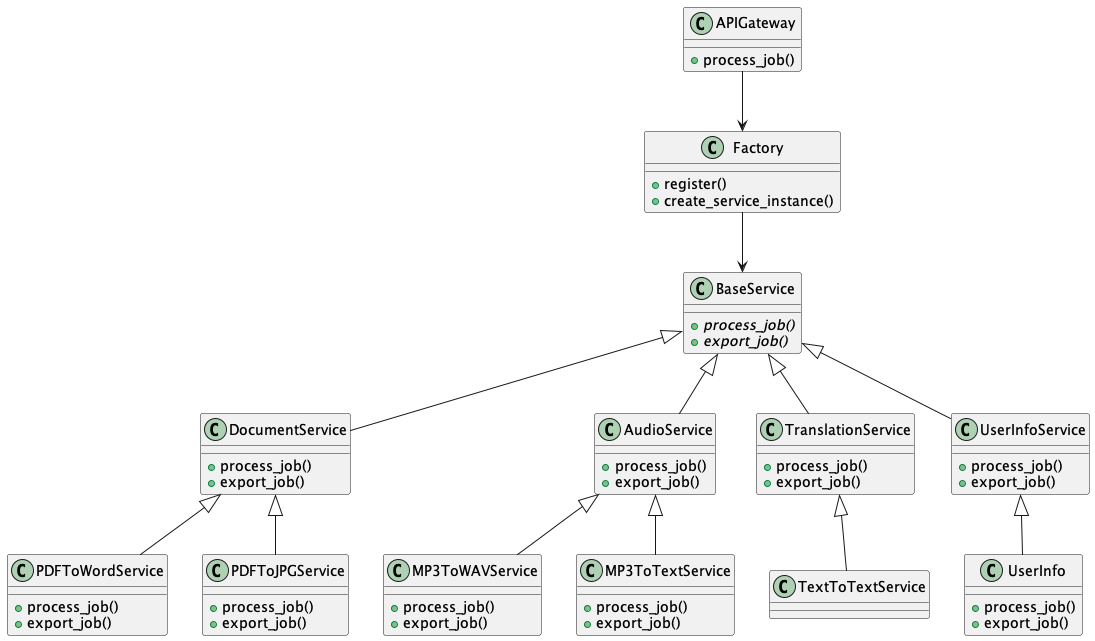
Above: docs/diagrams/renders/Class Diagram.png in andresacg30/it-services (PlantUML), before the change.
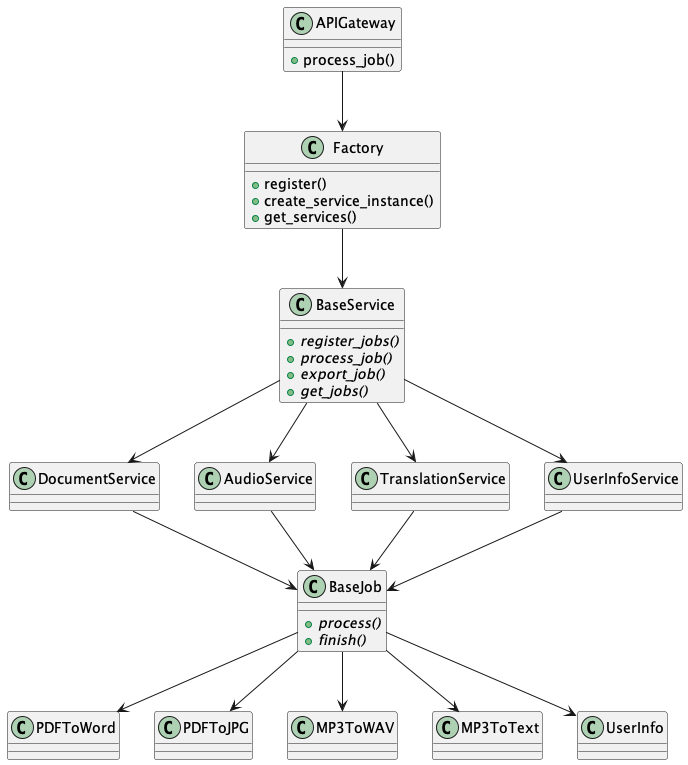
The same diagram one commit later.

Diff of the diagram source:
```diff
@@ -7,69 +7,69 @@
 class Factory {
   + register()
   + create_service_instance()
+  + get_services()
 }
 
 class BaseService {
+  {abstract} + register_jobs()
   {abstract} + process_job()
   {abstract} + export_job()
+  {abstract} + get_jobs()
 }
 
 class DocumentService {
-  + process_job()
-  + export_job()
 }
 
 class AudioService {
-  + process_job()
-  + export_job()
 }
 
 class TranslationService {
-  + process_job()
-  + export_job()
 }
 
 class UserInfoService {
-  + process_job()
-  + export_job()
+
 }
 
-class PDFToWordService {
-  + process_job()
-  + export_job()
+class BaseJob{
+  {abstract} + process()
+  {abstract} + finish()
 }
 
-class PDFToJPGService {
-  + process_job()
-  + export_job()
+class PDFToWord {
+
 }
 
-class MP3ToWAVService {
-  + process_job()
-  + export_job()
+class PDFToJPG {
+
 }
 
-class MP3ToTextService {
-  + process_job()
-  + export_job()
+class MP3ToWAV {
+
+}
+
+class MP3ToText {
+
 }
 
 class UserInfo {
-  + process_job()
-  + export_job()
+
 }
 
 APIGateway --> Factory
 Factory --> BaseService
-BaseService <|-- DocumentService
-BaseService <|-- AudioService
-BaseService <|-- TranslationService
-BaseService <|-- UserInfoService
-DocumentService <|-- PDFToWordService
-DocumentService <|-- PDFToJPGService
-AudioService <|-- MP3ToWAVService
-AudioService <|-- MP3ToTextService
-TranslationService <|-- TextToTextService
-UserInfoService <|-- UserInfo
+BaseService -->  DocumentService
+BaseService -->  AudioService
+BaseService -->  TranslationService
+BaseService -->  UserInfoService
+DocumentService -->  BaseJob
+AudioService --> BaseJob
+TranslationService -->  BaseJob
+UserInfoService -->  BaseJob
+BaseJob --> PDFToWord
+BaseJob --> PDFToJPG
+BaseJob --> MP3ToWAV
+BaseJob --> MP3ToText
+BaseJob --> UserInfo
+
 
 @enduml
```
